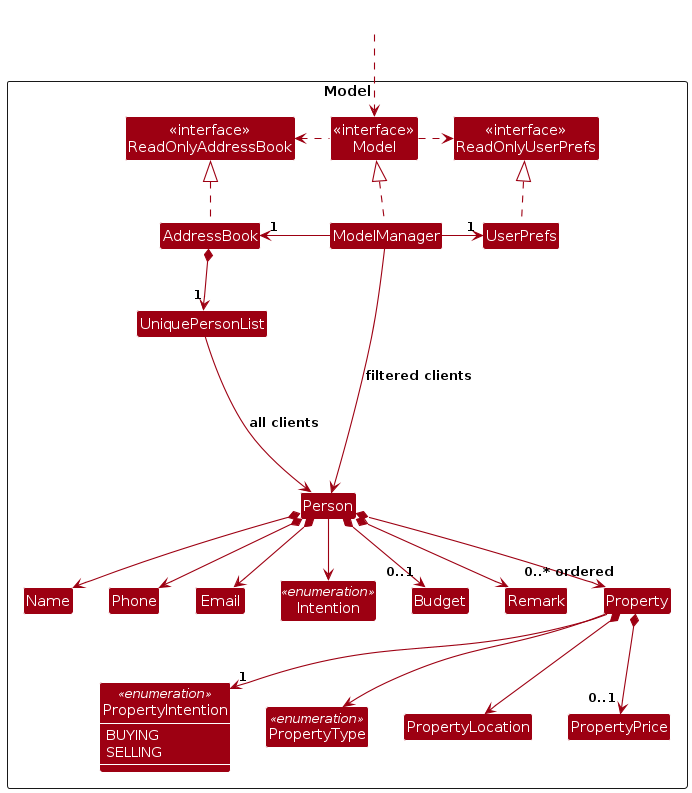
AY2627S1-CS2103T-W11-4/tp keeps this PlantUML diagram as diagrams/ModelClassDiagram.png. Above is the earlier version. Its source is kept beside it as diagrams/ModelClassDiagram.puml.
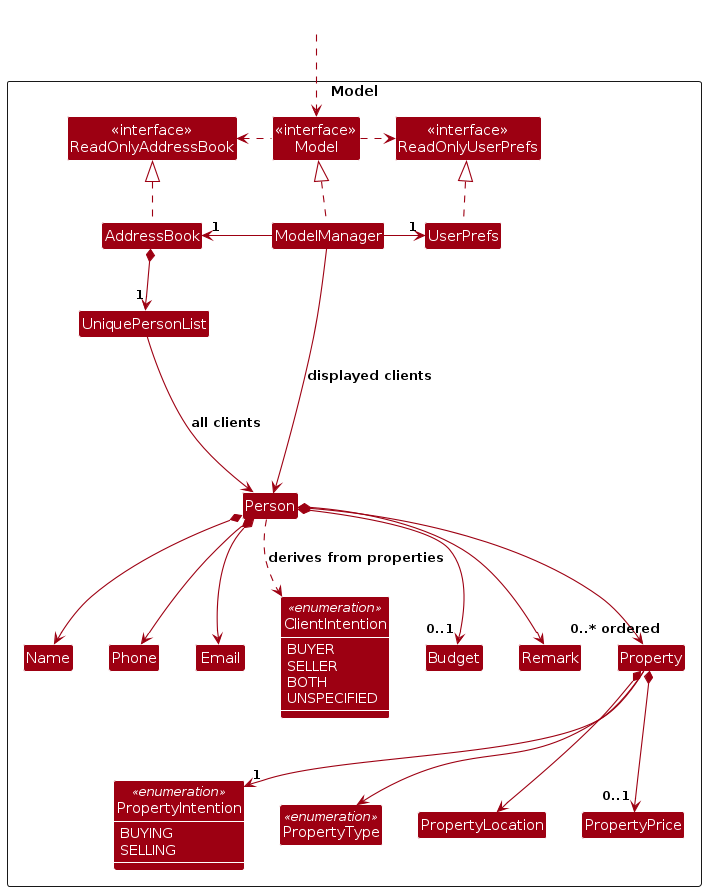
Later version of the same file.

The edit, as a diff of the source:
```diff
@@ -18,7 +18,12 @@
 Class Email
 Class Name
 Class Phone
-Class Intention <<enumeration>>
+Class ClientIntention <<enumeration>> {
+  BUYER
+  SELLER
+  BOTH
+  UNSPECIFIED
+}
 Class Budget
 Class Remark
 Class Property
@@ -36,6 +41,7 @@
 Class HiddenOutside #FFFFFF
 HiddenOutside ..> Model
 
+show ClientIntention members
 show PropertyIntention members
 
 AddressBook .up.|> ReadOnlyAddressBook
@@ -52,7 +58,7 @@
 Person *--> Name
 Person *--> Phone
 Person *--> Email
-Person --> Intention
+Person ..> ClientIntention : derives from properties
 Person *--> "0..1" Budget
 Person *--> Remark
 Person *--> "0..* ordered" Property
@@ -67,5 +73,5 @@
 Name -[hidden]right-> Phone
 Phone -[hidden]right-> Email
 
-ModelManager --> Person : filtered clients
+ModelManager --> Person : displayed clients
 @enduml
```
